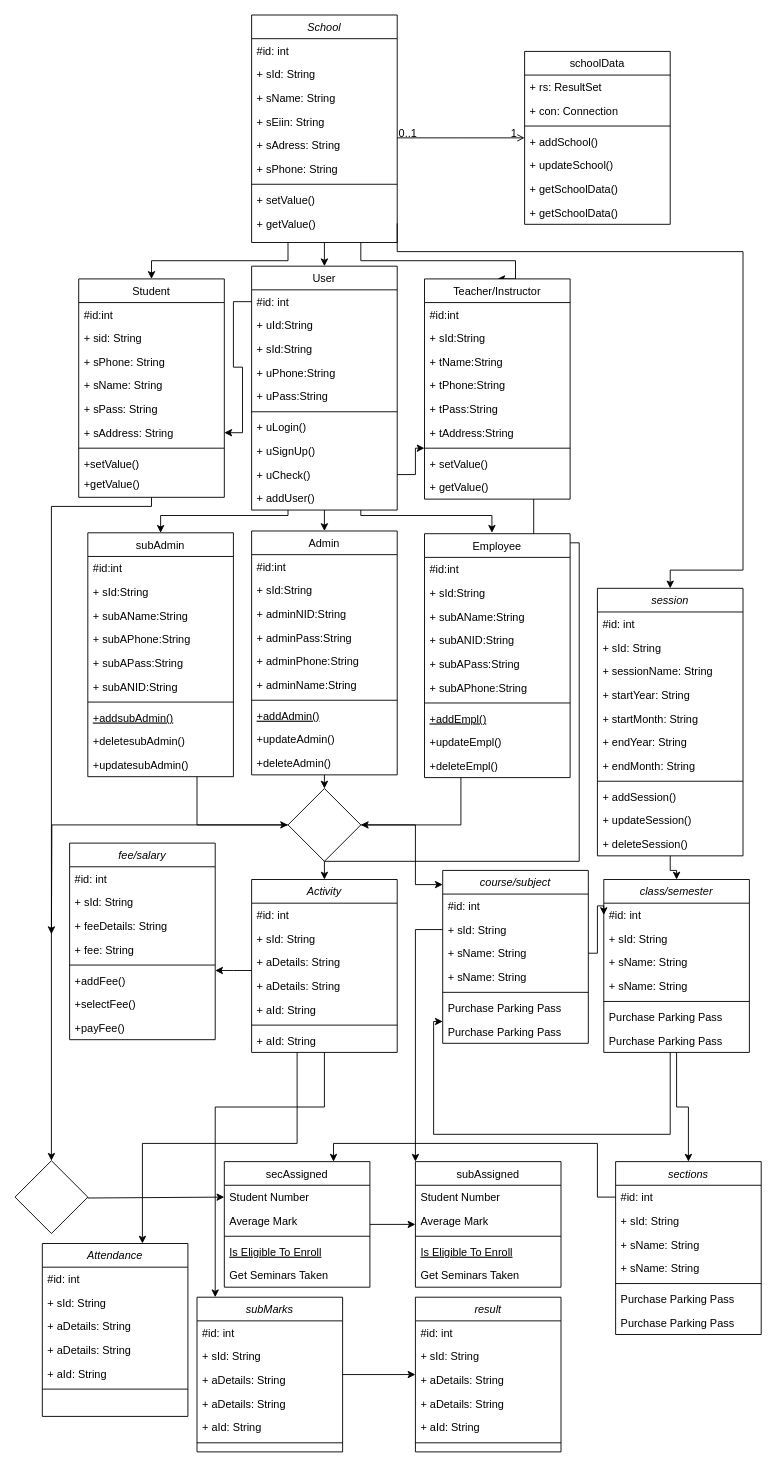
Before: Untitled Diagram.drawio in mffoysal/git-github, a draw.io diagram. Source tidied: cells renumbered, new cells numbered last; positions are measured from the earlier drawing's top-left corner, leaving out a move shared by most shapes. Both pictures are drawn from the tidied source at 91%, with x=0, y=0 at pixel (15, 15).
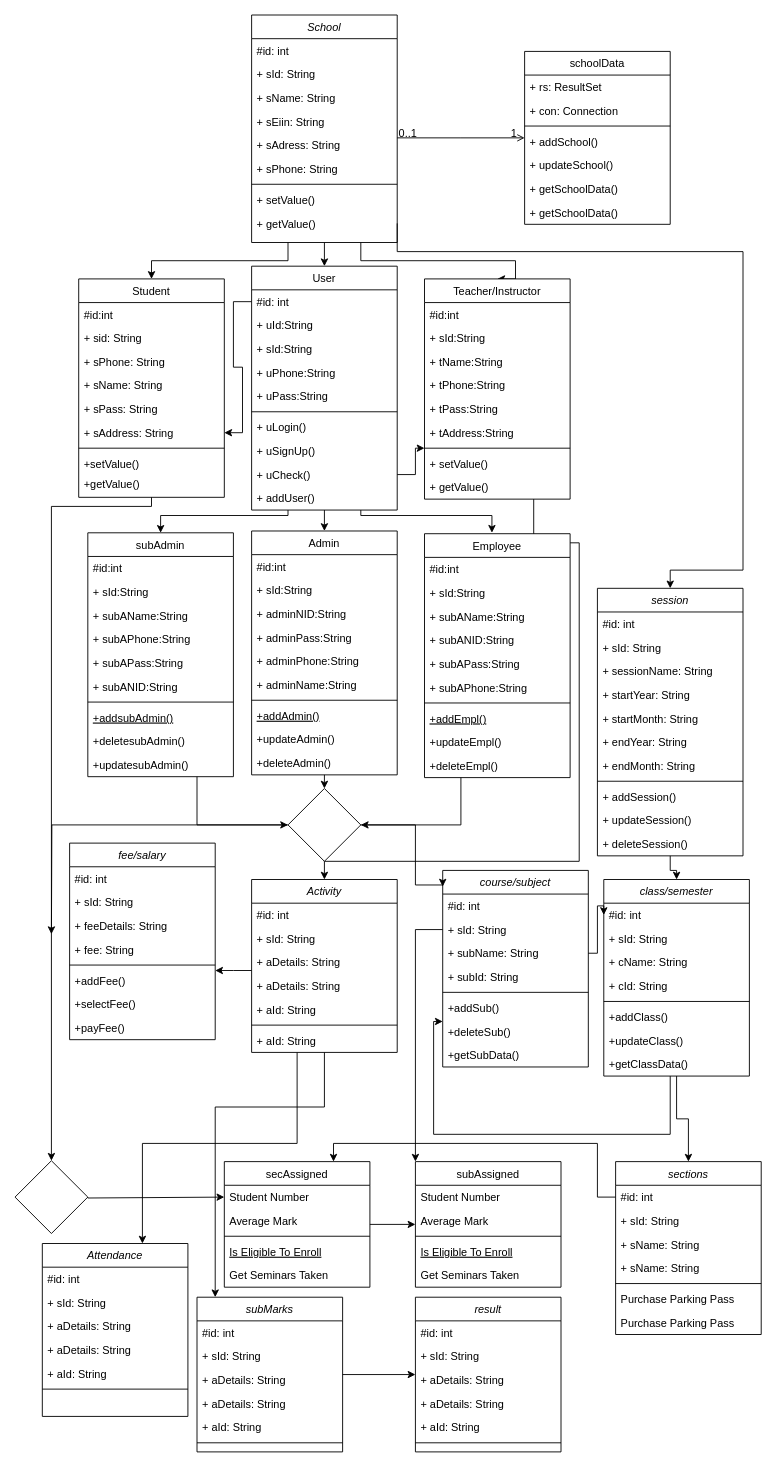
The same diagram, later.

The edit, as a diff of the source:
```diff
@@
     <mxCell id="113" value="class/semester" style="swimlane;fontStyle=2;align=center;verticalAlign=top;horizontal=1;startSize=26;rounded=0;shadow=0;strokeWidth=1;" parent="1" vertex="1">
-      <mxGeometry x="647" y="950" width="160" height="190" as="geometry" />
+      <mxGeometry x="647" y="950" width="160" height="216" as="geometry" />
     </mxCell>
@@
-    <mxCell id="116" value="+ sName: String" style="text;align=left;verticalAlign=top;spacingLeft=4;spacingRight=4;overflow=hidden;rounded=0;shadow=0;html=0;" parent="113" vertex="1">
+    <mxCell id="116" value="+ cName: String" style="text;align=left;verticalAlign=top;spacingLeft=4;spacingRight=4;overflow=hidden;rounded=0;shadow=0;html=0;" parent="113" vertex="1">
       <mxGeometry y="78" width="160" height="26" as="geometry" />
     </mxCell>
-    <mxCell id="117" value="+ sName: String" style="text;align=left;verticalAlign=top;spacingLeft=4;spacingRight=4;overflow=hidden;rounded=0;shadow=0;html=0;" parent="113" vertex="1">
+    <mxCell id="117" value="+ cId: String" style="text;align=left;verticalAlign=top;spacingLeft=4;spacingRight=4;overflow=hidden;rounded=0;shadow=0;html=0;" parent="113" vertex="1">
       <mxGeometry y="104" width="160" height="26" as="geometry" />
     </mxCell>
@@
-    <mxCell id="119" value="Purchase Parking Pass" style="text;align=left;verticalAlign=top;spacingLeft=4;spacingRight=4;overflow=hidden;" parent="113" vertex="1">
+    <mxCell id="119" value="+addClass()" style="text;align=left;verticalAlign=top;spacingLeft=4;spacingRight=4;overflow=hidden;" parent="113" vertex="1">
       <mxGeometry y="138" width="160" height="26" as="geometry" />
     </mxCell>
+    <mxCell id="204" value="+updateClass()" style="text;align=left;verticalAlign=top;spacingLeft=4;spacingRight=4;overflow=hidden;" parent="113" vertex="1">
+      <mxGeometry y="164" width="160" height="26" as="geometry" />
+    </mxCell>
-    <mxCell id="120" value="Purchase Parking Pass" style="text;align=left;verticalAlign=top;spacingLeft=4;spacingRight=4;overflow=hidden;" parent="113" vertex="1">
-      <mxGeometry y="164" width="160" height="26" as="geometry" />
+    <mxCell id="120" value="+getClassData()" style="text;align=left;verticalAlign=top;spacingLeft=4;spacingRight=4;overflow=hidden;" parent="113" vertex="1">
+      <mxGeometry y="190" width="160" height="26" as="geometry" />
     </mxCell>
     <mxCell id="121" value="course/subject" style="swimlane;fontStyle=2;align=center;verticalAlign=top;horizontal=1;startSize=26;rounded=0;shadow=0;strokeWidth=1;" parent="1" vertex="1">
-      <mxGeometry x="470" y="940" width="160" height="190" as="geometry" />
+      <mxGeometry x="470" y="940" width="160" height="216" as="geometry" />
     </mxCell>
@@
-    <mxCell id="124" value="+ sName: String" style="text;align=left;verticalAlign=top;spacingLeft=4;spacingRight=4;overflow=hidden;points=[[0,0.5],[1,0.5]];portConstraint=eastwest;rounded=0;shadow=0;html=0;" parent="121" vertex="1">
+    <mxCell id="124" value="+ subName: String" style="text;align=left;verticalAlign=top;spacingLeft=4;spacingRight=4;overflow=hidden;points=[[0,0.5],[1,0.5]];portConstraint=eastwest;rounded=0;shadow=0;html=0;" parent="121" vertex="1">
       <mxGeometry y="78" width="160" height="26" as="geometry" />
     </mxCell>
-    <mxCell id="125" value="+ sName: String" style="text;align=left;verticalAlign=top;spacingLeft=4;spacingRight=4;overflow=hidden;rounded=0;shadow=0;html=0;" parent="121" vertex="1">
+    <mxCell id="125" value="+ subId: String" style="text;align=left;verticalAlign=top;spacingLeft=4;spacingRight=4;overflow=hidden;rounded=0;shadow=0;html=0;" parent="121" vertex="1">
       <mxGeometry y="104" width="160" height="26" as="geometry" />
     </mxCell>
@@
-    <mxCell id="127" value="Purchase Parking Pass" style="text;align=left;verticalAlign=top;spacingLeft=4;spacingRight=4;overflow=hidden;" parent="121" vertex="1">
+    <mxCell id="127" value="+addSub()" style="text;align=left;verticalAlign=top;spacingLeft=4;spacingRight=4;overflow=hidden;" parent="121" vertex="1">
       <mxGeometry y="138" width="160" height="26" as="geometry" />
     </mxCell>
+    <mxCell id="205" value="+deleteSub()" style="text;align=left;verticalAlign=top;spacingLeft=4;spacingRight=4;overflow=hidden;" parent="121" vertex="1">
+      <mxGeometry y="164" width="160" height="26" as="geometry" />
+    </mxCell>
-    <mxCell id="128" value="Purchase Parking Pass" style="text;align=left;verticalAlign=top;spacingLeft=4;spacingRight=4;overflow=hidden;" parent="121" vertex="1">
-      <mxGeometry y="164" width="160" height="26" as="geometry" />
+    <mxCell id="128" value="+getSubData()" style="text;align=left;verticalAlign=top;spacingLeft=4;spacingRight=4;overflow=hidden;" parent="121" vertex="1">
+      <mxGeometry y="190" width="160" height="26" as="geometry" />
     </mxCell>
```
